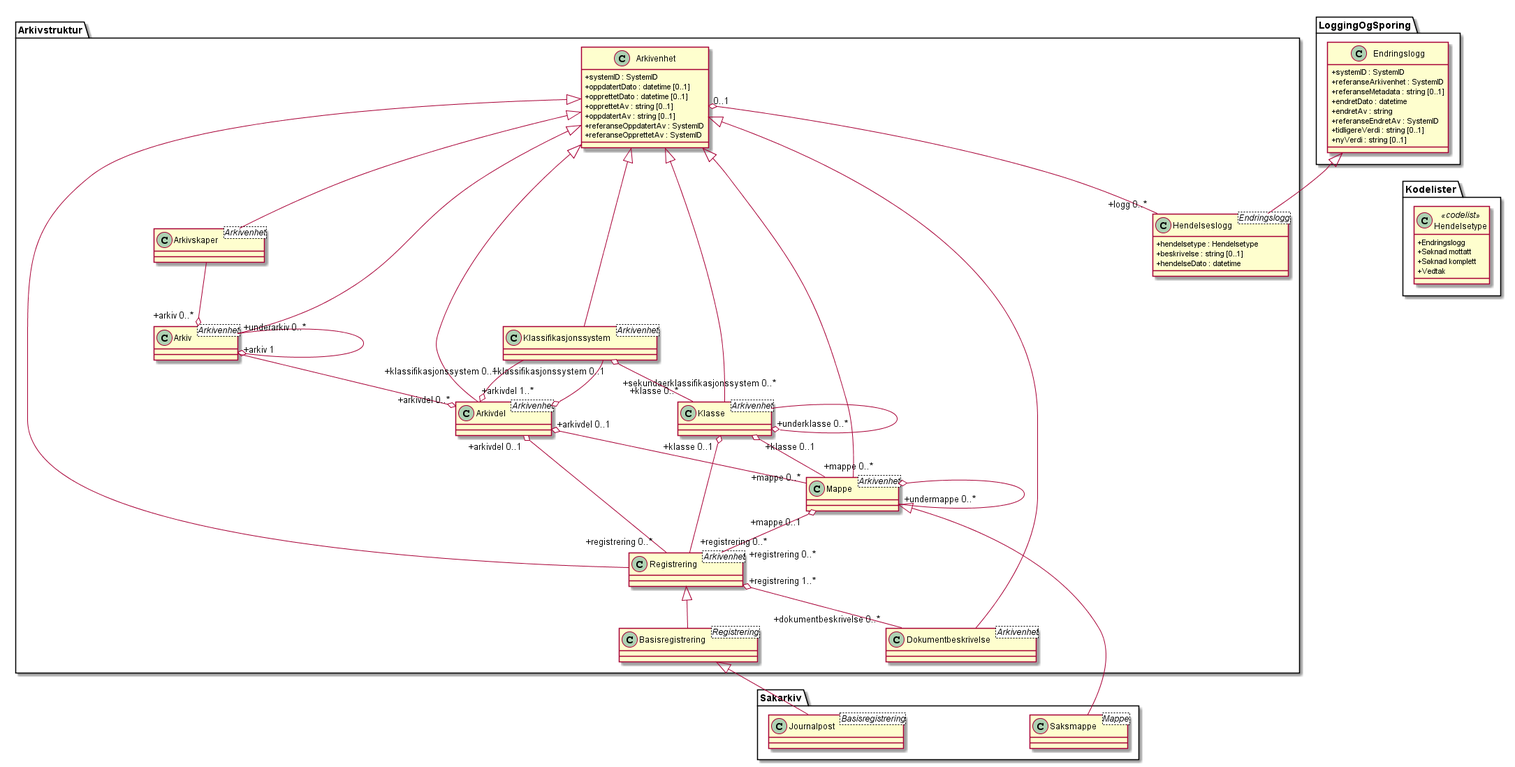
The PlantUML diagram kapitler/media/uml-arkivstruktur-arkivenhet-som-basis-klasse.png in arkivverket/noark5-tjenestegrensesnitt-standard, before a commit.
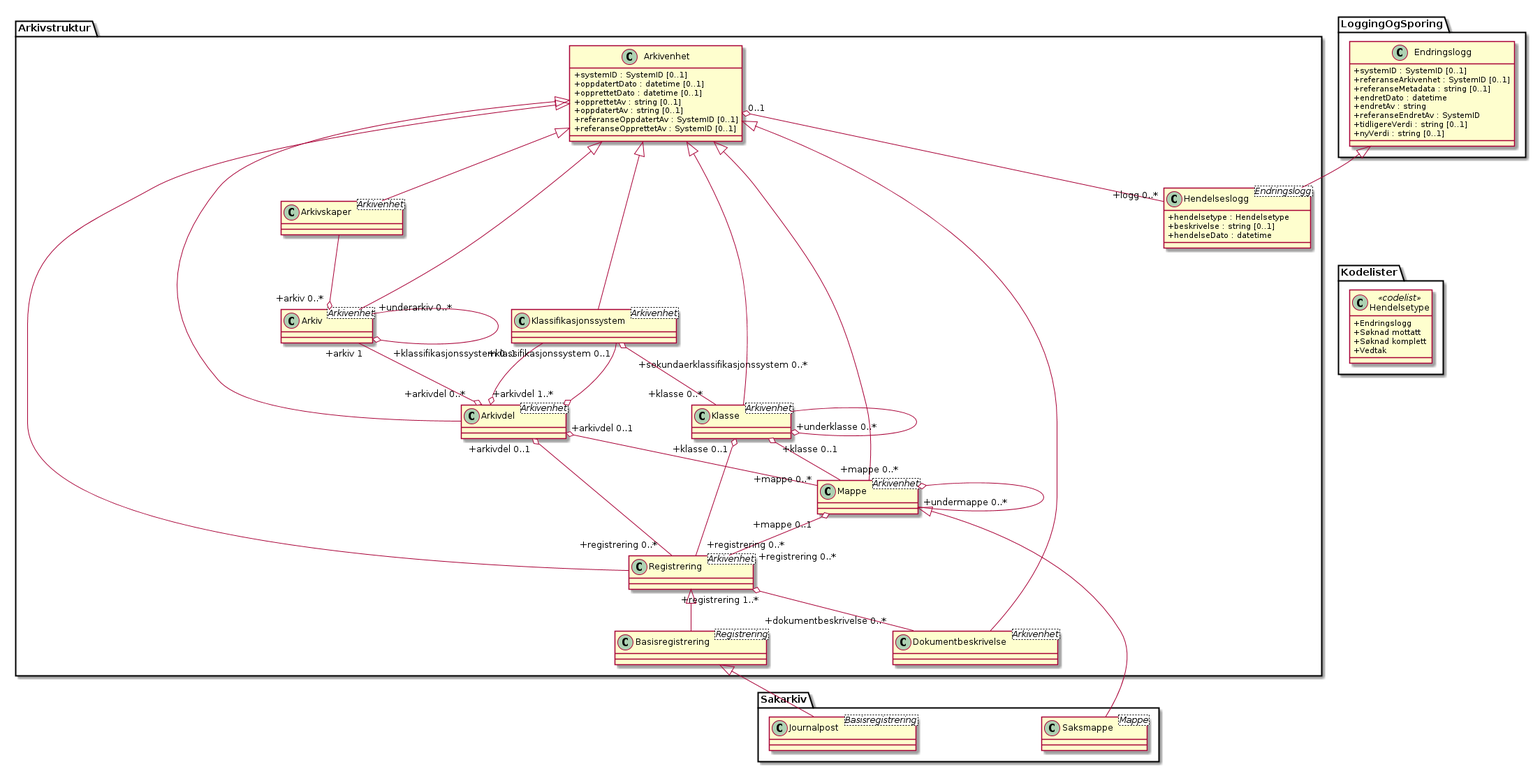
The same file after the commit.

Commit message:
Revert "SystemID cardinality is changed, p.38"

This reverts commit 0dc4fdaedd325d74692f0aecd1fa4387e3c1f07a.

The edit, as a diff of the source:
```diff
@@ -3,13 +3,13 @@
 skinparam nodesep 180
 
 class Arkivstruktur.Arkivenhet {
-  +systemID : SystemID
+  +systemID : SystemID [0..1]
   +oppdatertDato : datetime [0..1]
   +opprettetDato : datetime [0..1]
   +opprettetAv : string [0..1]
   +oppdatertAv : string [0..1]
-  +referanseOppdatertAv : SystemID
-  +referanseOpprettetAv : SystemID
+  +referanseOppdatertAv : SystemID [0..1]
+  +referanseOpprettetAv : SystemID [0..1]
 }
 class Arkivstruktur.Arkivskaper <Arkivenhet>
 class Arkivstruktur.Arkiv <Arkivenhet>
@@ -51,8 +51,8 @@
 Arkivstruktur.Basisregistrering <|-- Sakarkiv.Journalpost
 
 class LoggingOgSporing.Endringslogg {
-  +systemID : SystemID
-  +referanseArkivenhet : SystemID
+  +systemID : SystemID [0..1]
+  +referanseArkivenhet : SystemID [0..1]
   +referanseMetadata : string [0..1]
   +endretDato : datetime
   +endretAv : string
```
